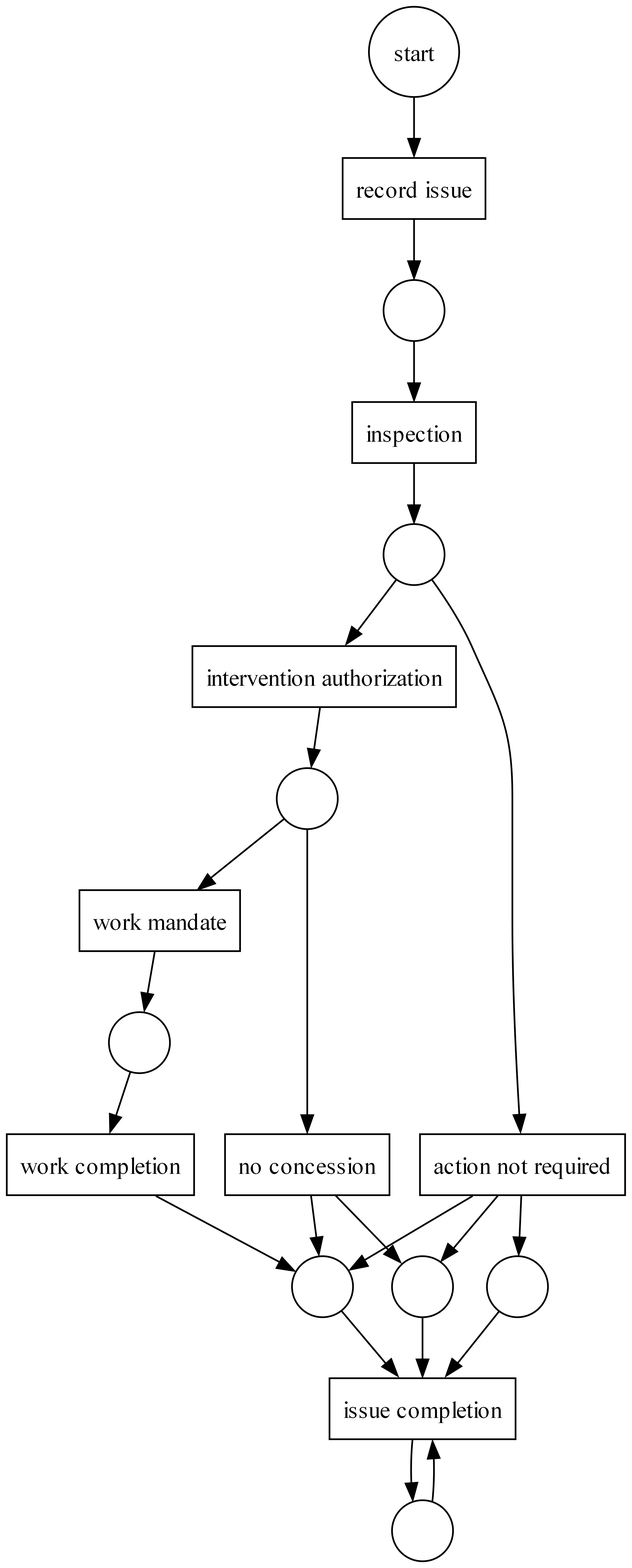
The Graphviz diagram result.png in wcbup/Heuristic-Miner, before a commit. Its source is kept beside it as result.dot. Source of this version:
```dot
digraph SourceGra {
x1 [shape = box label="record issue"];
x2 [shape = box label="issue completion"];
x3 [shape = box label="work completion"];
x4 [shape = box label="inspection"];
x5 [shape = box label="work mandate"];
x6 [shape = box label="action not required"];
x7 [shape = box label="intervention authorization"];
x8 [shape = box label="no concession"];
x9 [shape = circle label=" "];
x10 [shape = circle label=" "];
x11 [shape = circle label=" "];
x12 [shape = circle label=" "];
x13 [shape = circle label=" "];
x14 [shape = circle label=" "];
x15 [shape = circle label=" "];
x16 [shape = circle label=" "];
x17 [shape = circle label="start"];
x1 -> x9;
x2 -> x10;
x3 -> x11;
x4 -> x12;
x5 -> x13;
x6 -> x16;
x6 -> x11;
x6 -> x14;
x7 -> x15;
x8 -> x16;
x8 -> x11;
x9 -> x4;
x10 -> x2;
x11 -> x2;
x12 -> x6;
x12 -> x7;
x13 -> x3;
x14 -> x2;
x15 -> x8;
x15 -> x5;
x16 -> x2;
x17 -> x1;
}
```
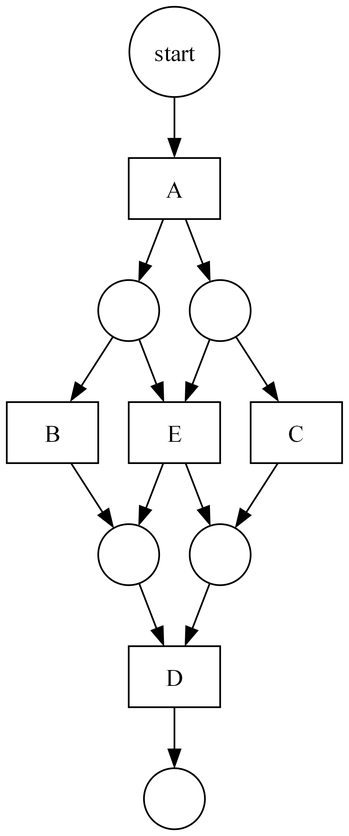
After the commit.

What changed in the source:
```diff
@@ -1,41 +1,27 @@
 digraph SourceGra {
-x1 [shape = box label="record issue"];
-x2 [shape = box label="issue completion"];
-x3 [shape = box label="work completion"];
-x4 [shape = box label="inspection"];
-x5 [shape = box label="work mandate"];
-x6 [shape = box label="action not required"];
-x7 [shape = box label="intervention authorization"];
-x8 [shape = box label="no concession"];
+x1 [shape = box label="A"];
+x2 [shape = box label="B"];
+x3 [shape = box label="C"];
+x4 [shape = box label="D"];
+x5 [shape = box label="E"];
+x6 [shape = circle label=" "];
+x7 [shape = circle label=" "];
+x8 [shape = circle label=" "];
 x9 [shape = circle label=" "];
-x10 [shape = circle label=" "];
+x10 [shape = circle label="start"];
 x11 [shape = circle label=" "];
-x12 [shape = circle label=" "];
-x13 [shape = circle label=" "];
-x14 [shape = circle label=" "];
-x15 [shape = circle label=" "];
-x16 [shape = circle label=" "];
-x17 [shape = circle label="start"];
-x1 -> x9;
-x2 -> x10;
-x3 -> x11;
-x4 -> x12;
-x5 -> x13;
-x6 -> x16;
-x6 -> x11;
-x6 -> x14;
-x7 -> x15;
-x8 -> x16;
-x8 -> x11;
+x1 -> x6;
+x1 -> x7;
+x2 -> x8;
+x3 -> x9;
+x4 -> x11;
+x5 -> x8;
+x5 -> x9;
+x6 -> x2;
+x6 -> x5;
+x7 -> x3;
+x7 -> x5;
+x8 -> x4;
 x9 -> x4;
-x10 -> x2;
-x11 -> x2;
-x12 -> x6;
-x12 -> x7;
-x13 -> x3;
-x14 -> x2;
-x15 -> x8;
-x15 -> x5;
-x16 -> x2;
-x17 -> x1;
+x10 -> x1;
 }
```
